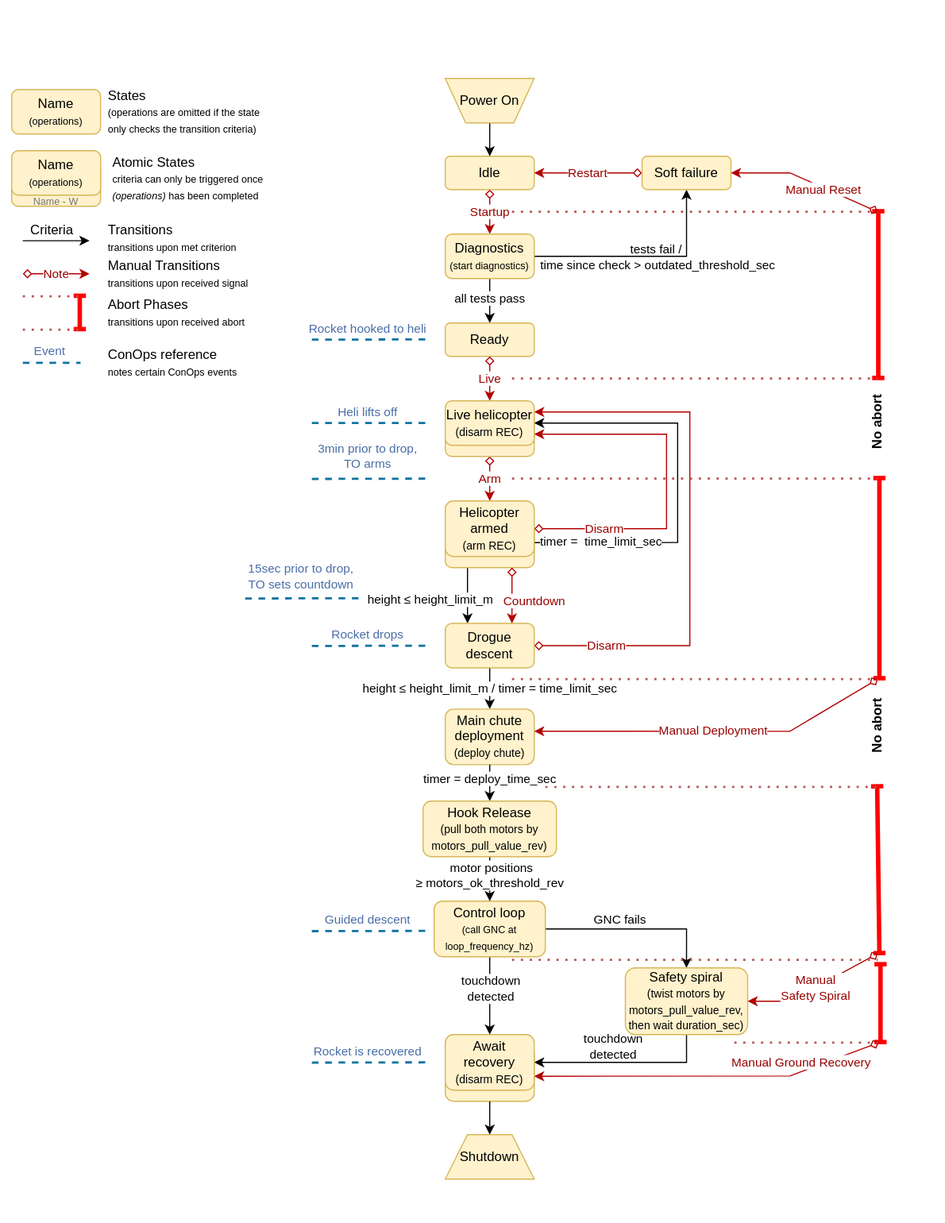
This is state-machines/drogue-drop-test-state-machine.drawio.svg from aris-space/asteria-remote-computers, a draw.io export, as it was before one commit. Source tidied: cells renumbered, new cells last; positions are measured from the earlier drawing's top-left corner, leaving out a move shared by most shapes.
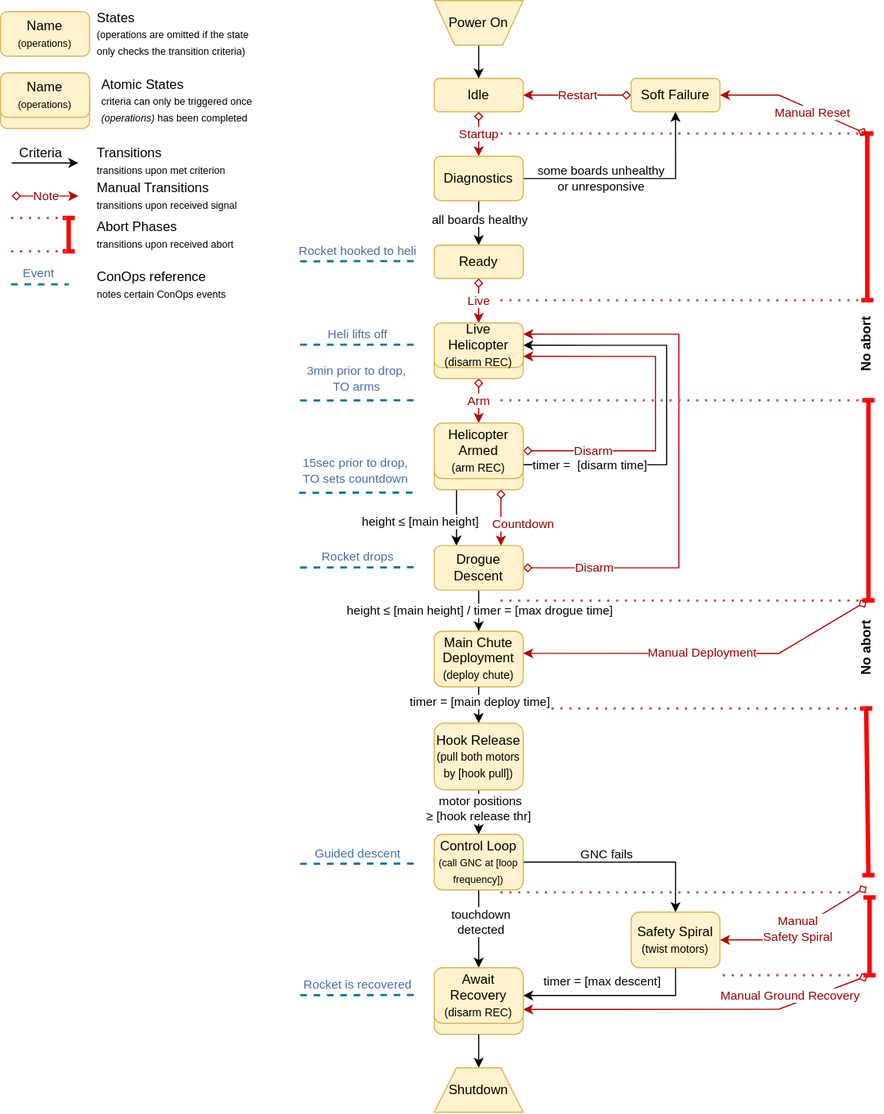
After the commit.

Commit message:
captialize SM state names and bracket variables

What changed in the source:
```diff
@@ -19,3 +19,3 @@
     </mxCell>
-    <mxCell id="7" value="all tests pass" style="edgeLabel;html=1;align=center;verticalAlign=middle;" parent="6" vertex="1">
+    <mxCell id="7" value="all boards healthy" style="edgeLabel;html=1;align=center;verticalAlign=middle;" parent="6" vertex="1">
       <mxGeometry x="-0.13" relative="1" as="geometry" />
@@ -29,8 +29,8 @@
     </mxCell>
-    <mxCell id="9" value="tests fail /&amp;nbsp;&lt;div&gt;time since check &amp;gt; outdated_threshold_sec&lt;/div&gt;" style="edgeLabel;html=1;align=center;verticalAlign=middle;labelBackgroundColor=none;" parent="8" vertex="1">
+    <mxCell id="9" value="some boards unhealthy&lt;div&gt;or unresponsive&lt;/div&gt;" style="edgeLabel;html=1;align=center;verticalAlign=middle;labelBackgroundColor=none;" parent="8" vertex="1">
       <mxGeometry x="-0.42" y="2" relative="1" as="geometry">
-        <mxPoint x="53" y="3" as="offset" />
+        <mxPoint x="13" y="1" as="offset" />
       </mxGeometry>
     </mxCell>
-    <mxCell id="10" value="&lt;font&gt;Diagnostics&lt;/font&gt;&lt;div&gt;&lt;font style=&quot;font-size: 9px;&quot;&gt;(start diagnostics)&lt;br&gt;&lt;/font&gt;&lt;/div&gt;" style="rounded=1;whiteSpace=wrap;html=1;fillColor=#fff2cc;strokeColor=#d6b656;" parent="1" vertex="1">
+    <mxCell id="10" value="&lt;font&gt;Diagnostics&lt;/font&gt;" style="rounded=1;whiteSpace=wrap;html=1;fillColor=#fff2cc;strokeColor=#d6b656;" parent="1" vertex="1">
       <mxGeometry x="390" y="140" width="80" height="40" as="geometry" />
@@ -40,3 +40,3 @@
     </mxCell>
-    <mxCell id="12" value="Soft failure" style="rounded=1;whiteSpace=wrap;html=1;fillColor=#fff2cc;strokeColor=#d6b656;" parent="1" vertex="1">
+    <mxCell id="12" value="Soft Failure" style="rounded=1;whiteSpace=wrap;html=1;fillColor=#fff2cc;strokeColor=#d6b656;" parent="1" vertex="1">
       <mxGeometry x="567" y="70" width="80" height="30" as="geometry" />
@@ -79,6 +79,6 @@
     </mxCell>
-    <mxCell id="20" value="height ≤ height_limit_m / timer =&amp;nbsp;time_limit_sec" style="edgeLabel;html=1;align=center;verticalAlign=middle;" parent="19" vertex="1">
+    <mxCell id="20" value="height ≤ [main height] / timer =&amp;nbsp;[max drogue time]" style="edgeLabel;html=1;align=center;verticalAlign=middle;" parent="19" vertex="1">
       <mxGeometry x="-0.15" relative="1" as="geometry" />
     </mxCell>
-    <mxCell id="21" value="Drogue descent" style="rounded=1;whiteSpace=wrap;html=1;fillColor=#fff2cc;strokeColor=#d6b656;" parent="1" vertex="1">
+    <mxCell id="21" value="Drogue Descent" style="rounded=1;whiteSpace=wrap;html=1;fillColor=#fff2cc;strokeColor=#d6b656;" parent="1" vertex="1">
       <mxGeometry x="390" y="490.2" width="80" height="40" as="geometry" />
@@ -99,4 +99,4 @@
     </mxCell>
-    <mxCell id="26" value="Control loop&lt;div&gt;&lt;font style=&quot;font-size: 9px;&quot;&gt;(call GNC at loop_frequency_hz)&lt;/font&gt;&lt;/div&gt;" style="rounded=1;whiteSpace=wrap;html=1;fillColor=#fff2cc;strokeColor=#d6b656;" parent="1" vertex="1">
-      <mxGeometry x="380" y="740" width="100" height="50" as="geometry" />
+    <mxCell id="26" value="Control Loop&lt;div&gt;&lt;font style=&quot;font-size: 9px;&quot;&gt;(call GNC at [loop frequency])&lt;/font&gt;&lt;/div&gt;" style="rounded=1;whiteSpace=wrap;html=1;fillColor=#fff2cc;strokeColor=#d6b656;" parent="1" vertex="1">
+      <mxGeometry x="390" y="750" width="80" height="50" as="geometry" />
     </mxCell>
@@ -105,3 +105,3 @@
         <Array as="points">
-          <mxPoint x="607" y="885" />
+          <mxPoint x="607" y="895" />
         </Array>
@@ -109,3 +109,3 @@
     </mxCell>
-    <mxCell id="28" value="&lt;div&gt;touchdown&lt;/div&gt;&lt;div&gt;detected&lt;br&gt;&lt;/div&gt;" style="edgeLabel;html=1;align=center;verticalAlign=middle;labelBackgroundColor=none;" parent="27" vertex="1">
+    <mxCell id="28" value="&lt;div&gt;timer = [max descent]&lt;/div&gt;" style="edgeLabel;html=1;align=center;verticalAlign=middle;labelBackgroundColor=none;" parent="27" vertex="1">
       <mxGeometry x="-0.55" y="-1" relative="1" as="geometry">
@@ -114,12 +114,12 @@
     </mxCell>
-    <mxCell id="29" value="Safety spiral&lt;div&gt;&lt;font size=&quot;1&quot;&gt;(twist motors by motors_pull_value_rev, then wait duration_sec)&lt;/font&gt;&lt;/div&gt;" style="rounded=1;whiteSpace=wrap;html=1;fillColor=#fff2cc;strokeColor=#d6b656;" parent="1" vertex="1">
-      <mxGeometry x="552" y="800" width="110" height="60" as="geometry" />
+    <mxCell id="29" value="Safety Spiral&lt;div&gt;&lt;font size=&quot;1&quot;&gt;(twist motors)&lt;/font&gt;&lt;/div&gt;" style="rounded=1;whiteSpace=wrap;html=1;fillColor=#fff2cc;strokeColor=#d6b656;" parent="1" vertex="1">
+      <mxGeometry x="567" y="820" width="80" height="50" as="geometry" />
     </mxCell>
     <mxCell id="30" style="rounded=1;whiteSpace=wrap;html=1;fillColor=#fff2cc;strokeColor=#d6b656;" parent="1" vertex="1">
-      <mxGeometry x="390" y="870" width="80" height="50" as="geometry" />
+      <mxGeometry x="390" y="880" width="80" height="50" as="geometry" />
     </mxCell>
-    <mxCell id="31" value="Main chute deployment&lt;div&gt;&lt;font size=&quot;1&quot;&gt;(deploy chute)&lt;/font&gt;&lt;/div&gt;" style="rounded=1;whiteSpace=wrap;html=1;fillColor=#fff2cc;strokeColor=#d6b656;" parent="1" vertex="1">
+    <mxCell id="31" value="Main Chute Deployment&lt;div&gt;&lt;font size=&quot;1&quot;&gt;(deploy chute)&lt;/font&gt;&lt;/div&gt;" style="rounded=1;whiteSpace=wrap;html=1;fillColor=#fff2cc;strokeColor=#d6b656;" parent="1" vertex="1">
       <mxGeometry x="390" y="567.2" width="80" height="50" as="geometry" />
     </mxCell>
-    <mxCell id="32" value="&amp;nbsp;motor positions&lt;div&gt;≥ motors_ok_threshold_rev&lt;/div&gt;" style="edgeStyle=orthogonalEdgeStyle;rounded=0;jettySize=auto;html=1;entryX=0.5;entryY=0;entryDx=0;entryDy=0;exitX=0.5;exitY=1;exitDx=0;exitDy=0;labelBackgroundColor=default;" parent="1" edge="1" source="85" target="26">
+    <mxCell id="32" value="&amp;nbsp;motor positions&lt;div&gt;≥ [hook release thr]&lt;/div&gt;" style="edgeStyle=orthogonalEdgeStyle;rounded=0;jettySize=auto;html=1;entryX=0.5;entryY=0;entryDx=0;entryDy=0;exitX=0.5;exitY=1;exitDx=0;exitDy=0;labelBackgroundColor=default;" parent="1" edge="1" source="85" target="26">
       <mxGeometry x="-0.15" relative="1" as="geometry" />
@@ -127,3 +127,3 @@
     <mxCell id="33" value="Shutdown" style="shape=trapezoid;perimeter=trapezoidPerimeter;whiteSpace=wrap;html=1;fixedSize=1;fillColor=#fff2cc;strokeColor=#d6b656;" parent="1" vertex="1">
-      <mxGeometry x="390" y="950" width="80" height="40" as="geometry" />
+      <mxGeometry x="390" y="960" width="80" height="40" as="geometry" />
     </mxCell>
@@ -153,5 +153,5 @@
       <mxGeometry x="0.01" relative="1" as="geometry">
-        <mxPoint x="779" y="787.2" as="sourcePoint" />
+        <mxPoint x="779" y="797.2" as="sourcePoint" />
         <Array as="points">
-          <mxPoint x="700" y="830" />
+          <mxPoint x="701" y="845" />
         </Array>
@@ -161,4 +161,4 @@
       <mxGeometry relative="1" as="geometry">
-        <mxPoint x="782" y="867.2" as="sourcePoint" />
-        <mxPoint x="782" y="797.2" as="targetPoint" />
+        <mxPoint x="782" y="877.2" as="sourcePoint" />
+        <mxPoint x="782" y="807.2" as="targetPoint" />
       </mxGeometry>
@@ -167,5 +167,5 @@
       <mxGeometry x="-0.54" y="-8" relative="1" as="geometry">
-        <mxPoint x="780" y="867.2" as="sourcePoint" />
+        <mxPoint x="780" y="877.2" as="sourcePoint" />
         <Array as="points">
-          <mxPoint x="700" y="897.2" />
+          <mxPoint x="700" y="907.2" />
         </Array>
@@ -202,6 +202,6 @@
       <mxGeometry relative="1" as="geometry">
-        <mxPoint x="450" y="792.8" as="sourcePoint" />
-        <mxPoint x="779" y="792.8" as="targetPoint" />
+        <mxPoint x="450" y="802.8" as="sourcePoint" />
+        <mxPoint x="779" y="802.8" as="targetPoint" />
         <Array as="points">
-          <mxPoint x="669" y="792.8" />
+          <mxPoint x="669" y="802.8" />
         </Array>
@@ -211,6 +211,6 @@
       <mxGeometry relative="1" as="geometry">
-        <mxPoint x="650" y="867.2" as="sourcePoint" />
-        <mxPoint x="779" y="867.2" as="targetPoint" />
+        <mxPoint x="650" y="877.2" as="sourcePoint" />
+        <mxPoint x="779" y="877.2" as="targetPoint" />
         <Array as="points">
-          <mxPoint x="669" y="867.2" />
+          <mxPoint x="669" y="877.2" />
         </Array>
@@ -218,3 +218,3 @@
     </mxCell>
-    <mxCell id="46" value="height ≤ height_limit_m&amp;nbsp;" style="edgeLabel;html=1;align=center;verticalAlign=middle;" parent="1" vertex="1">
+    <mxCell id="46" value="height ≤ [main height]&amp;nbsp;" style="edgeLabel;html=1;align=center;verticalAlign=middle;" parent="1" vertex="1">
       <mxGeometry x="400" y="468.2" as="geometry">
@@ -278,3 +278,3 @@
     </mxCell>
-    <mxCell id="57" value="&lt;span style=&quot;color: rgb(0, 0, 0); font-family: Helvetica; font-size: 11px; font-style: normal; font-variant-ligatures: normal; font-variant-caps: normal; font-weight: 400; letter-spacing: normal; text-align: center; text-indent: 0px; text-transform: none; word-spacing: 0px; -webkit-text-stroke-width: 0px; white-space: nowrap; background-color: rgb(255, 255, 255); text-decoration-thickness: initial; text-decoration-style: initial; text-decoration-color: initial; float: none; display: inline !important;&quot;&gt;timer =&amp;nbsp; time_limit_sec&lt;/span&gt;" style="edgeStyle=orthogonalEdgeStyle;rounded=0;jettySize=auto;html=1;entryX=1;entryY=0.5;entryDx=0;entryDy=0;exitX=1;exitY=0.75;exitDx=0;exitDy=0;" parent="1" edge="1" source="79" target="78">
+    <mxCell id="57" value="&lt;span style=&quot;color: rgb(0, 0, 0); font-family: Helvetica; font-size: 11px; font-style: normal; font-variant-ligatures: normal; font-variant-caps: normal; font-weight: 400; letter-spacing: normal; text-align: center; text-indent: 0px; text-transform: none; word-spacing: 0px; -webkit-text-stroke-width: 0px; white-space: nowrap; background-color: rgb(255, 255, 255); text-decoration-thickness: initial; text-decoration-style: initial; text-decoration-color: initial; float: none; display: inline !important;&quot;&gt;timer = &amp;nbsp;[disarm time]&lt;/span&gt;" style="edgeStyle=orthogonalEdgeStyle;rounded=0;jettySize=auto;html=1;entryX=1;entryY=0.5;entryDx=0;entryDy=0;exitX=1;exitY=0.75;exitDx=0;exitDy=0;" parent="1" edge="1" source="79" target="78">
       <mxGeometry x="-0.67" relative="1" as="geometry">
@@ -339,4 +339,4 @@
       <mxGeometry x="-0.06" y="20" relative="1" as="geometry">
-        <mxPoint x="210" y="467.8" as="sourcePoint" />
-        <mxPoint x="317" y="467.5" as="targetPoint" />
+        <mxPoint x="269" y="443.2" as="sourcePoint" />
+        <mxPoint x="376" y="443" as="targetPoint" />
       </mxGeometry>
@@ -351,4 +351,4 @@
       <mxGeometry x="-0.07" y="10" relative="1" as="geometry">
-        <mxPoint x="270" y="767" as="sourcePoint" />
-        <mxPoint x="377" y="766.8" as="targetPoint" />
+        <mxPoint x="270" y="777" as="sourcePoint" />
+        <mxPoint x="377" y="776.8" as="targetPoint" />
       </mxGeometry>
@@ -357,4 +357,4 @@
       <mxGeometry x="-0.07" y="10" relative="1" as="geometry">
-        <mxPoint x="270" y="885.2" as="sourcePoint" />
-        <mxPoint x="377" y="885" as="targetPoint" />
+        <mxPoint x="270" y="895.2" as="sourcePoint" />
+        <mxPoint x="377" y="895" as="targetPoint" />
       </mxGeometry>
@@ -376,3 +376,3 @@
     </mxCell>
-    <mxCell id="77" value="timer = deploy_time_sec" style="edgeLabel;html=1;align=center;verticalAlign=middle;" parent="76" vertex="1">
+    <mxCell id="77" value="timer = [main deploy time]" style="edgeLabel;html=1;align=center;verticalAlign=middle;" parent="76" vertex="1">
       <mxGeometry x="-0.08" y="1" relative="1" as="geometry">
@@ -381,6 +381,6 @@
     </mxCell>
-    <mxCell id="78" value="&lt;div&gt;Live helicopter&lt;/div&gt;&lt;div&gt;&lt;font style=&quot;font-size: 10px;&quot;&gt;(disarm REC)&lt;/font&gt;&lt;/div&gt;" style="rounded=1;whiteSpace=wrap;html=1;fillColor=#fff2cc;strokeColor=#d6b656;" parent="1" vertex="1">
+    <mxCell id="78" value="&lt;div&gt;Live Helicopter&lt;/div&gt;&lt;div&gt;&lt;font style=&quot;font-size: 10px;&quot;&gt;(disarm REC)&lt;/font&gt;&lt;/div&gt;" style="rounded=1;whiteSpace=wrap;html=1;fillColor=#fff2cc;strokeColor=#d6b656;" parent="1" vertex="1">
       <mxGeometry x="390" y="290" width="80" height="40" as="geometry" />
     </mxCell>
-    <mxCell id="79" value="&lt;div&gt;Helicopter armed&lt;/div&gt;&lt;div&gt;&lt;font style=&quot;font-size: 10px;&quot;&gt;(arm REC)&lt;/font&gt;&lt;/div&gt;" style="rounded=1;whiteSpace=wrap;html=1;fillColor=#fff2cc;strokeColor=#d6b656;" parent="1" vertex="1">
+    <mxCell id="79" value="&lt;div&gt;Helicopter Armed&lt;/div&gt;&lt;div&gt;&lt;font style=&quot;font-size: 10px;&quot;&gt;(arm REC)&lt;/font&gt;&lt;/div&gt;" style="rounded=1;whiteSpace=wrap;html=1;fillColor=#fff2cc;strokeColor=#d6b656;" parent="1" vertex="1">
       <mxGeometry x="390" y="380" width="80" height="50" as="geometry" />
@@ -390,6 +390,6 @@
     </mxCell>
-    <mxCell id="81" value="Await recovery&lt;div&gt;&lt;font size=&quot;1&quot;&gt;(disarm REC)&lt;/font&gt;&lt;/div&gt;" style="rounded=1;whiteSpace=wrap;html=1;fillColor=#fff2cc;strokeColor=#d6b656;" parent="1" vertex="1">
-      <mxGeometry x="390" y="860" width="80" height="50" as="geometry" />
+    <mxCell id="81" value="Await Recovery&lt;div&gt;&lt;font size=&quot;1&quot;&gt;(disarm REC)&lt;/font&gt;&lt;/div&gt;" style="rounded=1;whiteSpace=wrap;html=1;fillColor=#fff2cc;strokeColor=#d6b656;" parent="1" vertex="1">
+      <mxGeometry x="390" y="870" width="80" height="50" as="geometry" />
     </mxCell>
-    <mxCell id="82" value="&lt;div&gt;&lt;font color=&quot;#757575&quot;&gt;&lt;br&gt;&lt;/font&gt;&lt;/div&gt;&lt;div&gt;&lt;font color=&quot;#757575&quot;&gt;&lt;br&gt;&lt;/font&gt;&lt;/div&gt;&lt;font style=&quot;font-size: 9px;&quot; color=&quot;#757575&quot;&gt;Name - W&lt;/font&gt;" style="rounded=1;whiteSpace=wrap;html=1;fillColor=#fff2cc;strokeColor=#d6b656;" parent="1" vertex="1">
+    <mxCell id="82" value="&lt;div&gt;&lt;font color=&quot;#757575&quot;&gt;&lt;br&gt;&lt;/font&gt;&lt;/div&gt;&lt;div&gt;&lt;font color=&quot;#757575&quot;&gt;&lt;br&gt;&lt;/font&gt;&lt;/div&gt;" style="rounded=1;whiteSpace=wrap;html=1;fillColor=#fff2cc;strokeColor=#d6b656;" parent="1" vertex="1">
       <mxGeometry y="75" width="80" height="40" as="geometry" />
@@ -402,4 +402,4 @@
     </mxCell>
-    <mxCell id="85" value="&lt;div&gt;Hook&amp;nbsp;&lt;span style=&quot;background-color: initial;&quot;&gt;Release&lt;/span&gt;&lt;/div&gt;&lt;div&gt;&lt;font size=&quot;1&quot;&gt;(pull both motors by motors_pull_value_rev)&lt;/font&gt;&lt;/div&gt;" style="rounded=1;whiteSpace=wrap;html=1;fillColor=#fff2cc;strokeColor=#d6b656;" parent="1" vertex="1">
-      <mxGeometry x="370" y="650" width="120" height="50" as="geometry" />
+    <mxCell id="85" value="&lt;div&gt;Hook&amp;nbsp;&lt;span style=&quot;background-color: initial;&quot;&gt;Release&lt;/span&gt;&lt;/div&gt;&lt;div&gt;&lt;font size=&quot;1&quot;&gt;(pull both motors by [hook pull])&lt;/font&gt;&lt;/div&gt;" style="rounded=1;whiteSpace=wrap;html=1;fillColor=#fff2cc;strokeColor=#d6b656;" parent="1" vertex="1">
+      <mxGeometry x="390" y="650" width="80" height="60" as="geometry" />
     </mxCell>
```
